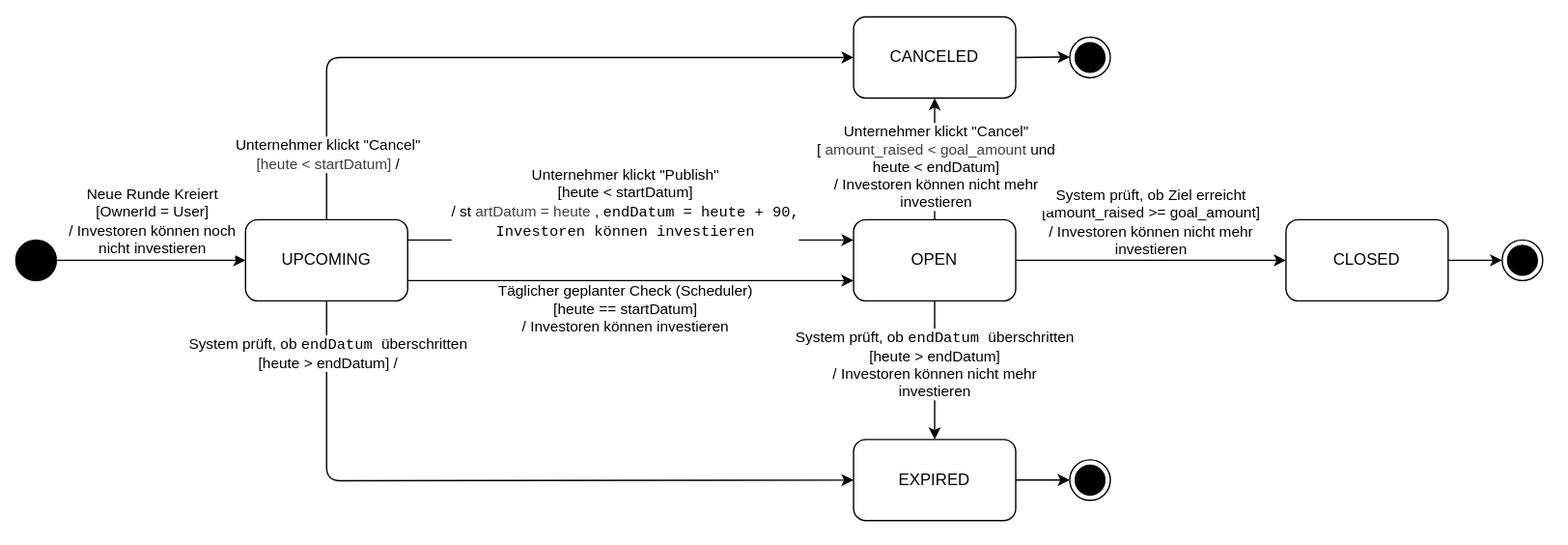
This is doc/State_diagram.drawio.svg from werter22/FundHive, a draw.io export, as it was before one commit. Source tidied: cells renumbered, new cells last; positions are measured from the earlier drawing's top-left corner, leaving out a move shared by most shapes.
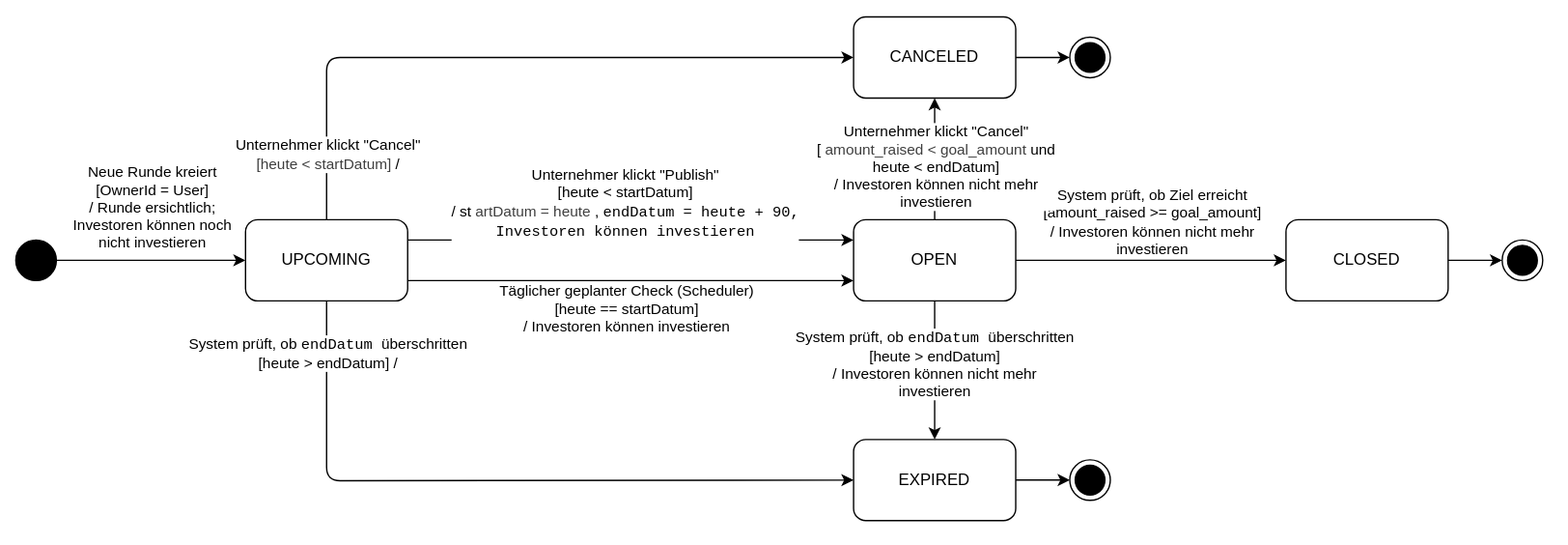
Above is the later version.

Change to the diagram source:
```diff
@@ -51,9 +51,9 @@
     <mxCell id="14" style="endArrow=classic;html=1;exitX=1;exitY=0.5;exitDx=0;exitDy=0;entryX=0;entryY=0.5;entryDx=0;entryDy=0;" parent="1" edge="1" source="6" target="13">
       <mxGeometry relative="1" as="geometry" />
     </mxCell>
-    <mxCell id="15" value="Neue Runde Kreiert&lt;div&gt;[OwnerId = User]&lt;/div&gt;&lt;div&gt;/ Investoren können noch&lt;/div&gt;&lt;div&gt;nicht investieren&lt;/div&gt;" style="edgeLabel;html=1;align=center;verticalAlign=middle;" parent="14" vertex="1">
+    <mxCell id="15" value="Neue Runde kreiert&lt;div&gt;[OwnerId = User]&lt;/div&gt;&lt;div&gt;/ Runde ersichtlich;&amp;nbsp;&lt;/div&gt;&lt;div&gt;Investoren können noch&lt;/div&gt;&lt;div&gt;nicht investieren&lt;/div&gt;" style="edgeLabel;html=1;align=center;verticalAlign=middle;" parent="14" vertex="1">
       <mxGeometry x="-0.07" y="-2" relative="1" as="geometry">
-        <mxPoint x="5" y="-32" as="offset" />
+        <mxPoint x="5" y="-42" as="offset" />
       </mxGeometry>
     </mxCell>
     <mxCell id="16" style="edgeStyle=none;html=1;exitX=1;exitY=0.5;exitDx=0;exitDy=0;entryX=0;entryY=0.5;entryDx=0;entryDy=0;" parent="1" edge="1" source="18" target="24">
```
